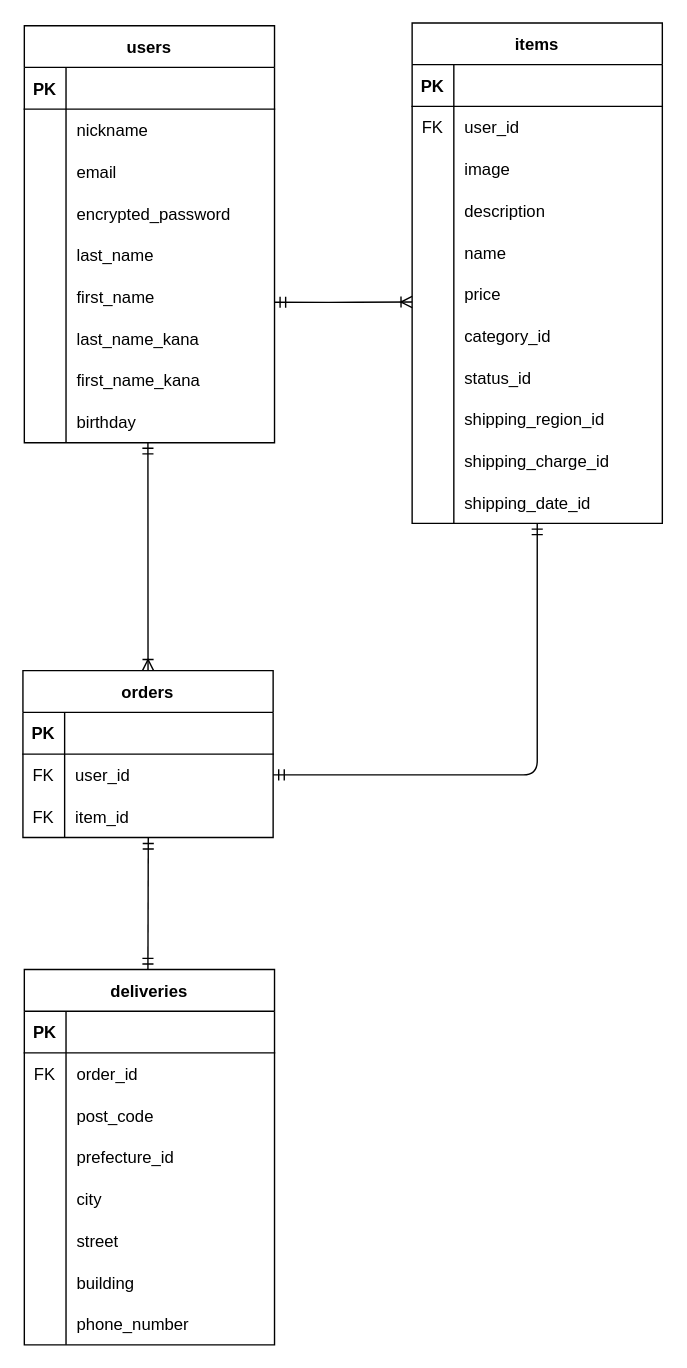
This is app/controllers/er.dio from yuto1017/furima-40428, a draw.io file, before an edit. Source tidied: cells renumbered, new cells numbered last; positions are measured from the earlier drawing's top-left corner, leaving out a move shared by most shapes. Both pictures are drawn from the tidied source at 139%, with x=0, y=0 at pixel (22, 22).
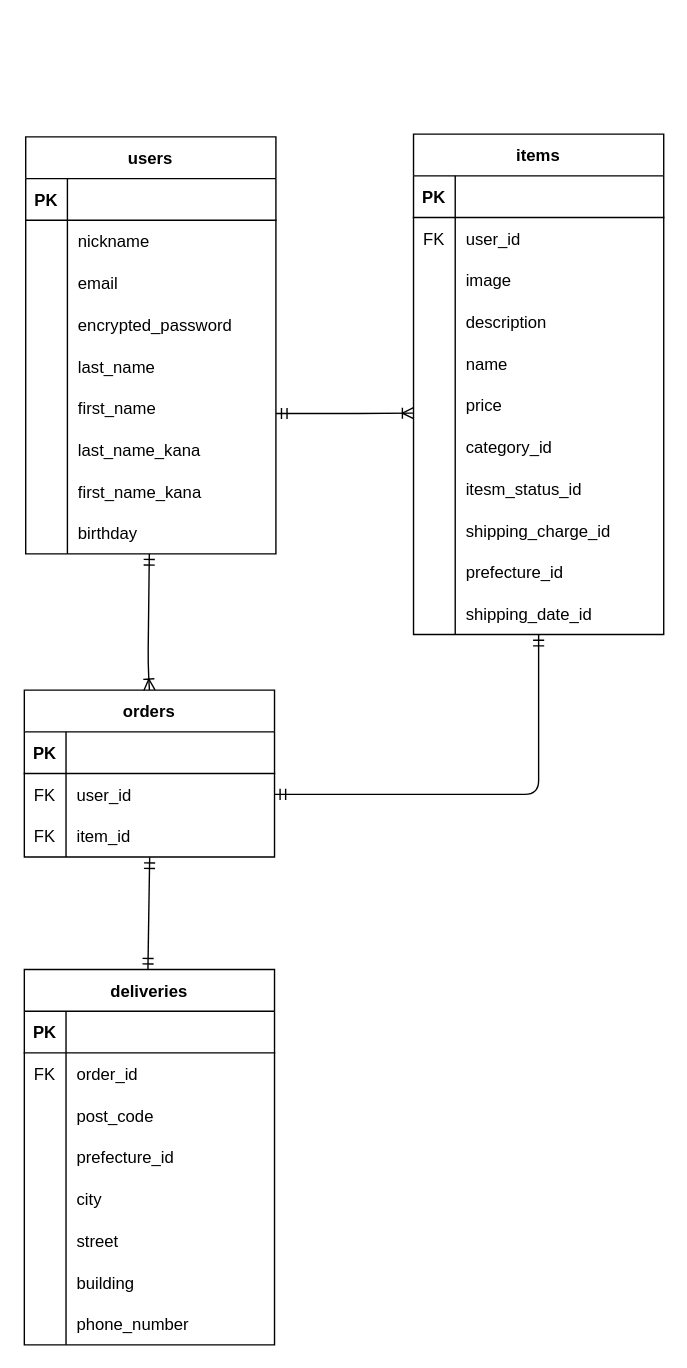
The same page after the edit.

Commit message (it also covers changes not shown here):
ER図とDB設計の記述修正#3

Unchanged cells that the change refers to:
```xml
<mxCell id="18" style="shape=tableRow;horizontal=0;startSize=0;swimlaneHead=0;swimlaneBody=0;fillColor=none;points=[[0,0.5],[1,0.5]];portConstraint=eastwest;top=0;left=0;right=0;bottom=0;" parent="2" vertex="1">
  <mxGeometry y="180" width="180" height="30" as="geometry" />
</mxCell>
<mxCell id="34" style="shape=tableRow;horizontal=0;startSize=0;swimlaneHead=0;swimlaneBody=0;fillColor=none;points=[[0,0.5],[1,0.5]];portConstraint=eastwest;top=0;left=0;right=0;bottom=0;" parent="30" vertex="1">
  <mxGeometry y="60" width="180" height="30" as="geometry" />
</mxCell>
<mxCell id="81" style="shape=tableRow;horizontal=0;startSize=0;swimlaneHead=0;swimlaneBody=0;fillColor=none;points=[[0,0.5],[1,0.5]];portConstraint=eastwest;top=0;left=0;right=0;bottom=0;" parent="65" vertex="1">
  <mxGeometry y="180" width="180" height="30" as="geometry" />
</mxCell>
<mxCell id="87" style="shape=tableRow;horizontal=0;startSize=0;swimlaneHead=0;swimlaneBody=0;fillColor=none;top=0;left=0;right=0;bottom=0;" parent="65" vertex="1">
  <mxGeometry y="240" width="180" height="30" as="geometry" />
</mxCell>
<mxCell id="96" style="shape=tableRow;horizontal=0;startSize=0;swimlaneHead=0;swimlaneBody=0;fillColor=none;points=[[0,0.5],[1,0.5]];portConstraint=eastwest;top=0;left=0;right=0;bottom=0;" parent="65" vertex="1">
  <mxGeometry y="330" width="180" height="30" as="geometry" />
</mxCell>
```

Change to the diagram source:
```diff
@@
     <mxCell id="2" value="users" style="shape=table;startSize=30;childLayout=tableLayout;rowLines=0;fontStyle=1;align=center;" parent="1" vertex="1">
-      <mxGeometry x="1" y="2" width="180" height="300" as="geometry" />
+      <mxGeometry x="2" y="82" width="180" height="300" as="geometry" />
     </mxCell>
@@
     <mxCell id="30" value="orders" style="shape=table;startSize=30;childLayout=tableLayout;rowLines=0;fontStyle=1;align=center;" parent="1" vertex="1">
-      <mxGeometry y="466" width="180" height="120" as="geometry" />
+      <mxGeometry x="1" y="480" width="180" height="120" as="geometry" />
     </mxCell>
@@
     <mxCell id="65" value="items" style="shape=table;startSize=30;childLayout=tableLayout;rowLines=0;fontStyle=1;align=center;" parent="1" vertex="1">
-      <mxGeometry x="280" width="180" height="360" as="geometry" />
+      <mxGeometry x="281" y="80" width="180" height="360" as="geometry" />
     </mxCell>
@@
-    <mxCell id="89" value="status_id" style="shape=partialRectangle;fillColor=none;top=0;left=0;bottom=0;right=0;align=left;spacingLeft=6;overflow=hidden;" parent="87" vertex="1">
+    <mxCell id="89" value="itesm_status_id" style="shape=partialRectangle;fillColor=none;top=0;left=0;bottom=0;right=0;align=left;spacingLeft=6;overflow=hidden;" parent="87" vertex="1">
       <mxGeometry x="30" width="150" height="30" as="geometry" />
     </mxCell>
+    <mxCell id="93" style="shape=tableRow;horizontal=0;startSize=0;swimlaneHead=0;swimlaneBody=0;fillColor=none;top=0;left=0;right=0;bottom=0;" parent="65" vertex="1">
+      <mxGeometry y="270" width="180" height="30" as="geometry" />
+    </mxCell>
+    <mxCell id="94" style="shape=partialRectangle;fillColor=none;top=0;left=0;bottom=0;right=0;overflow=hidden;" parent="93" vertex="1">
+      <mxGeometry width="30" height="30" as="geometry" />
+    </mxCell>
+    <mxCell id="95" value="shipping_charge_id" style="shape=partialRectangle;fillColor=none;top=0;left=0;bottom=0;right=0;align=left;spacingLeft=6;overflow=hidden;" parent="93" vertex="1">
+      <mxGeometry x="30" width="150" height="30" as="geometry" />
+    </mxCell>
     <mxCell id="90" style="shape=tableRow;horizontal=0;startSize=0;swimlaneHead=0;swimlaneBody=0;fillColor=none;top=0;left=0;right=0;bottom=0;" parent="65" vertex="1">
-      <mxGeometry y="270" width="180" height="30" as="geometry" />
+      <mxGeometry y="300" width="180" height="30" as="geometry" />
     </mxCell>
@@
-    <mxCell id="92" value="shipping_region_id" style="shape=partialRectangle;fillColor=none;top=0;left=0;bottom=0;right=0;align=left;spacingLeft=6;overflow=hidden;" parent="90" vertex="1">
+    <mxCell id="92" value="prefecture_id" style="shape=partialRectangle;fillColor=none;top=0;left=0;bottom=0;right=0;align=left;spacingLeft=6;overflow=hidden;" parent="90" vertex="1">
       <mxGeometry x="30" width="150" height="30" as="geometry" />
     </mxCell>
-    <mxCell id="93" style="shape=tableRow;horizontal=0;startSize=0;swimlaneHead=0;swimlaneBody=0;fillColor=none;top=0;left=0;right=0;bottom=0;" parent="65" vertex="1">
-      <mxGeometry y="300" width="180" height="30" as="geometry" />
-    </mxCell>
-    <mxCell id="94" style="shape=partialRectangle;fillColor=none;top=0;left=0;bottom=0;right=0;overflow=hidden;" parent="93" vertex="1">
-      <mxGeometry width="30" height="30" as="geometry" />
-    </mxCell>
-    <mxCell id="95" value="shipping_charge_id" style="shape=partialRectangle;fillColor=none;top=0;left=0;bottom=0;right=0;align=left;spacingLeft=6;overflow=hidden;" parent="93" vertex="1">
-      <mxGeometry x="30" width="150" height="30" as="geometry" />
-    </mxCell>
@@
     <mxCell id="99" style="edgeStyle=none;html=1;entryX=0;entryY=0.691;entryDx=0;entryDy=0;startArrow=ERmandOne;startFill=0;endArrow=ERoneToMany;endFill=0;entryPerimeter=0;exitX=1;exitY=0.633;exitDx=0;exitDy=0;exitPerimeter=0;" parent="1" edge="1" source="18" target="81">
       <mxGeometry relative="1" as="geometry">
         <Array as="points">
-          <mxPoint x="230" y="201" />
+          <mxPoint x="231" y="281" />
         </Array>
       </mxGeometry>
     </mxCell>
@@
     <mxCell id="102" style="edgeStyle=none;html=1;exitX=1;exitY=0.5;exitDx=0;exitDy=0;startArrow=ERmandOne;startFill=0;endArrow=ERmandOne;endFill=0;entryX=0.5;entryY=1.005;entryDx=0;entryDy=0;entryPerimeter=0;" parent="1" edge="1" source="34" target="96">
       <mxGeometry relative="1" as="geometry">
         <Array as="points">
-          <mxPoint x="370" y="541" />
+          <mxPoint x="371" y="555" />
         </Array>
       </mxGeometry>
     </mxCell>
```
